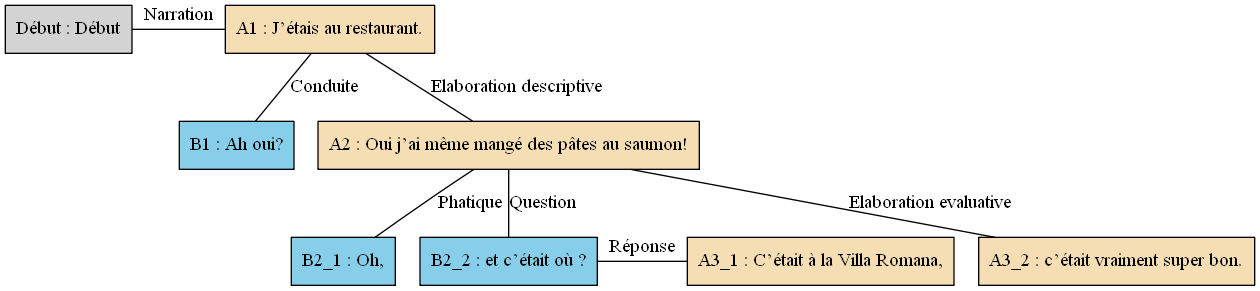
The Graphviz diagram arbres/Bac_a_sable/Bac_a_sable_-_A12.gv.png in AlaixComet/AnnotationSlamPTut, before a commit. Its source is kept beside it as arbres/Bac_a_sable/Bac_a_sable_-_A12.gv. Its diagram source:
```dot
digraph A12 {
	node [shape=box style=filled]
	"Début" [label="Début : Début"]
	A1 [label="A1 : J’étais au restaurant." fillcolor=wheat]
	B1 [label="B1 : Ah oui?" fillcolor=skyblue]
	A2 [label="A2 : Oui j’ai même mangé des pâtes au saumon!" fillcolor=wheat]
	B2_1 [label="B2_1 : Oh," fillcolor=skyblue]
	B2_2 [label="B2_2 : et c’était où ?" fillcolor=skyblue]
	A3_1 [label="A3_1 : C’était à la Villa Romana," fillcolor=wheat]
	A3_2 [label="A3_2 : c’était vraiment super bon." fillcolor=wheat]
	{
		rank=same
		"Début"
		A1
		"Début" -> A1 [label=Narration dir=none]
	}
	A1 -> B1 [label=Conduite dir=none]
	A1 -> A2 [label="Elaboration descriptive" dir=none]
	A2 -> B2_1 [label=Phatique dir=none]
	A2 -> B2_2 [label=Question dir=none]
	{
		rank=same
		B2_2
		A3_1
		B2_2 -> A3_1 [label="Réponse" dir=none]
	}
	A2 -> A3_2 [label="Elaboration evaluative" dir=none]
}
```
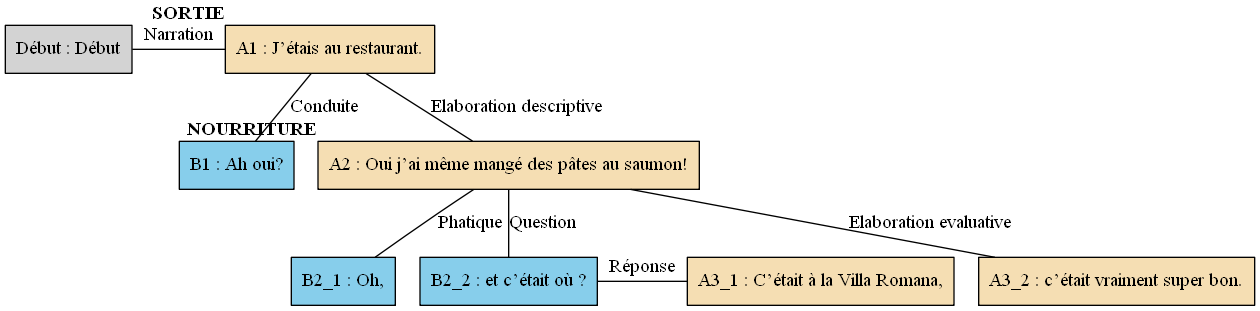
After the commit.

What changed in the source:
```diff
@@ -1,13 +1,13 @@
 digraph A12 {
 	node [shape=box style=filled]
-	"Début" [label="Début : Début"]
-	A1 [label="A1 : J’étais au restaurant." fillcolor=wheat]
-	B1 [label="B1 : Ah oui?" fillcolor=skyblue]
-	A2 [label="A2 : Oui j’ai même mangé des pâtes au saumon!" fillcolor=wheat]
-	B2_1 [label="B2_1 : Oh," fillcolor=skyblue]
-	B2_2 [label="B2_2 : et c’était où ?" fillcolor=skyblue]
-	A3_1 [label="A3_1 : C’était à la Villa Romana," fillcolor=wheat]
-	A3_2 [label="A3_2 : c’était vraiment super bon." fillcolor=wheat]
+	"Début" [label="Début : Début" xlabel=""]
+	A1 [label="A1 : J’étais au restaurant." fillcolor=wheat xlabel=<<B>SORTIE</B>>]
+	B1 [label="B1 : Ah oui?" fillcolor=skyblue xlabel=""]
+	A2 [label="A2 : Oui j’ai même mangé des pâtes au saumon!" fillcolor=wheat xlabel=<<B>NOURRITURE</B>>]
+	B2_1 [label="B2_1 : Oh," fillcolor=skyblue xlabel=""]
+	B2_2 [label="B2_2 : et c’était où ?" fillcolor=skyblue xlabel=""]
+	A3_1 [label="A3_1 : C’était à la Villa Romana," fillcolor=wheat xlabel=""]
+	A3_2 [label="A3_2 : c’était vraiment super bon." fillcolor=wheat xlabel=""]
 	{
 		rank=same
 		"Début"
```
